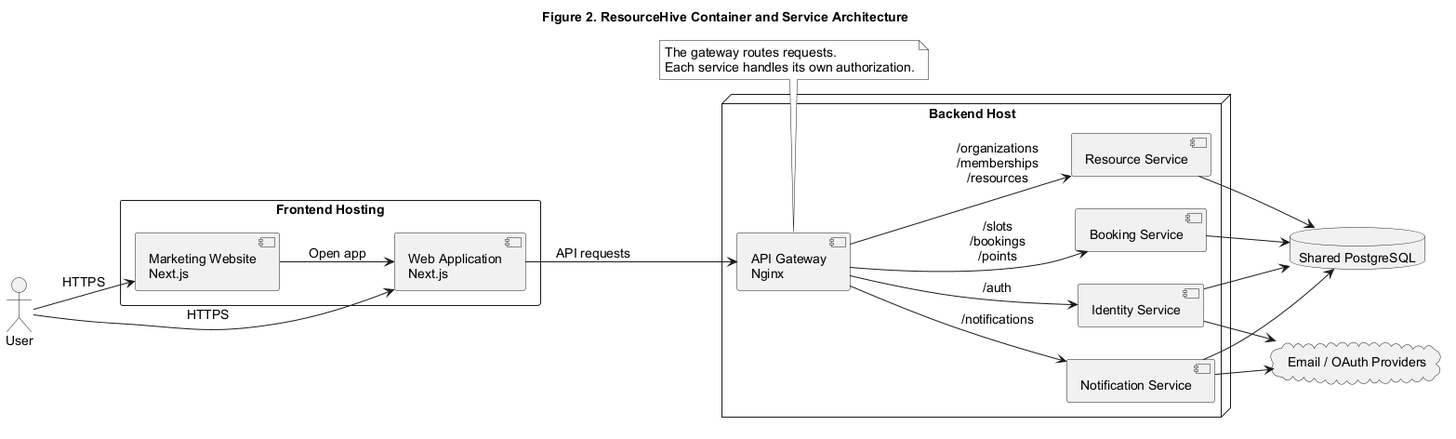
Earlier version of the PlantUML export design-diagrams-2-plantuml/C/png/02-container-architecture.png (resourcehive-team/resourcehive).
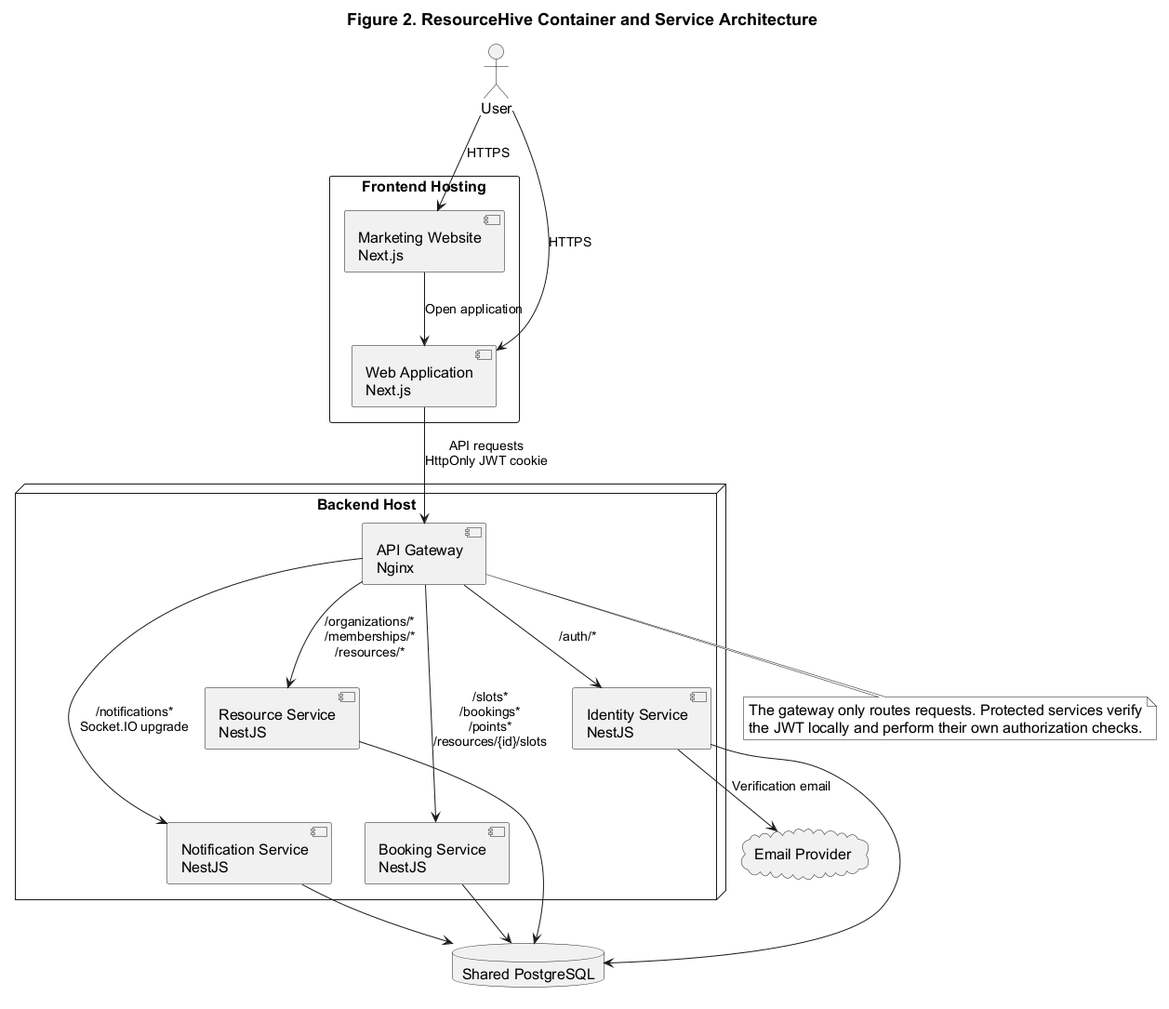
The same diagram one commit later.

Change to the diagram source:
```diff
@@ -1,11 +1,13 @@
 @startuml
 title Figure 2. ResourceHive Container and Service Architecture
-left to right direction
+top to bottom direction
 
 skinparam monochrome true
 skinparam backgroundColor white
 skinparam defaultFontName Arial
-skinparam defaultFontSize 14
+skinparam defaultFontSize 16
+skinparam ArrowFontSize 14
+skinparam TitleFontSize 18
 skinparam shadowing false
 
 actor User
@@ -17,34 +19,38 @@
 
 node "Backend Host" {
   component "API Gateway\nNginx" as Gateway
-  component "Identity Service" as Identity
-  component "Resource Service" as Resource
-  component "Booking Service" as Booking
-  component "Notification Service" as Notification
+  component "Identity Service\nNestJS" as Identity
+  component "Resource Service\nNestJS" as Resource
+  component "Booking Service\nNestJS" as Booking
+  component "Notification Service\nNestJS" as Notification
 }
 
 database "Shared PostgreSQL" as Database
-cloud "Email / OAuth Providers" as Providers
+cloud "Email Provider" as Email
 
 User --> Marketing : HTTPS
 User --> WebApp : HTTPS
-Marketing --> WebApp : Open app
-WebApp --> Gateway : API requests
+Marketing --> WebApp : Open application
+WebApp --> Gateway : API requests\nHttpOnly JWT cookie
 
-Gateway --> Identity : /auth
-Gateway --> Resource : /organizations\n/memberships\n/resources
-Gateway --> Booking : /slots\n/bookings\n/points
-Gateway --> Notification : /notifications
+Gateway -down-> Identity : /auth/*
+Gateway -down-> Resource : /organizations/*\n/memberships/*\n/resources/*
+Gateway -down-> Booking : /slots*\n/bookings*\n/points*\n/resources/{id}/slots
+Gateway -down-> Notification : /notifications*\nSocket.IO upgrade
+
+Identity -[hidden]right- Resource
+Identity -[hidden]down- Booking
+Resource -[hidden]down- Notification
+Booking -[hidden]right- Notification
 
 Identity --> Database
 Resource --> Database
 Booking --> Database
 Notification --> Database
-Identity --> Providers
-Notification --> Providers
+Identity --> Email : Verification email
 
 note bottom of Gateway
-The gateway routes requests.
-Each service handles its own authorization.
+The gateway only routes requests. Protected services verify
+the JWT locally and perform their own authorization checks.
 end note
 @enduml
```
